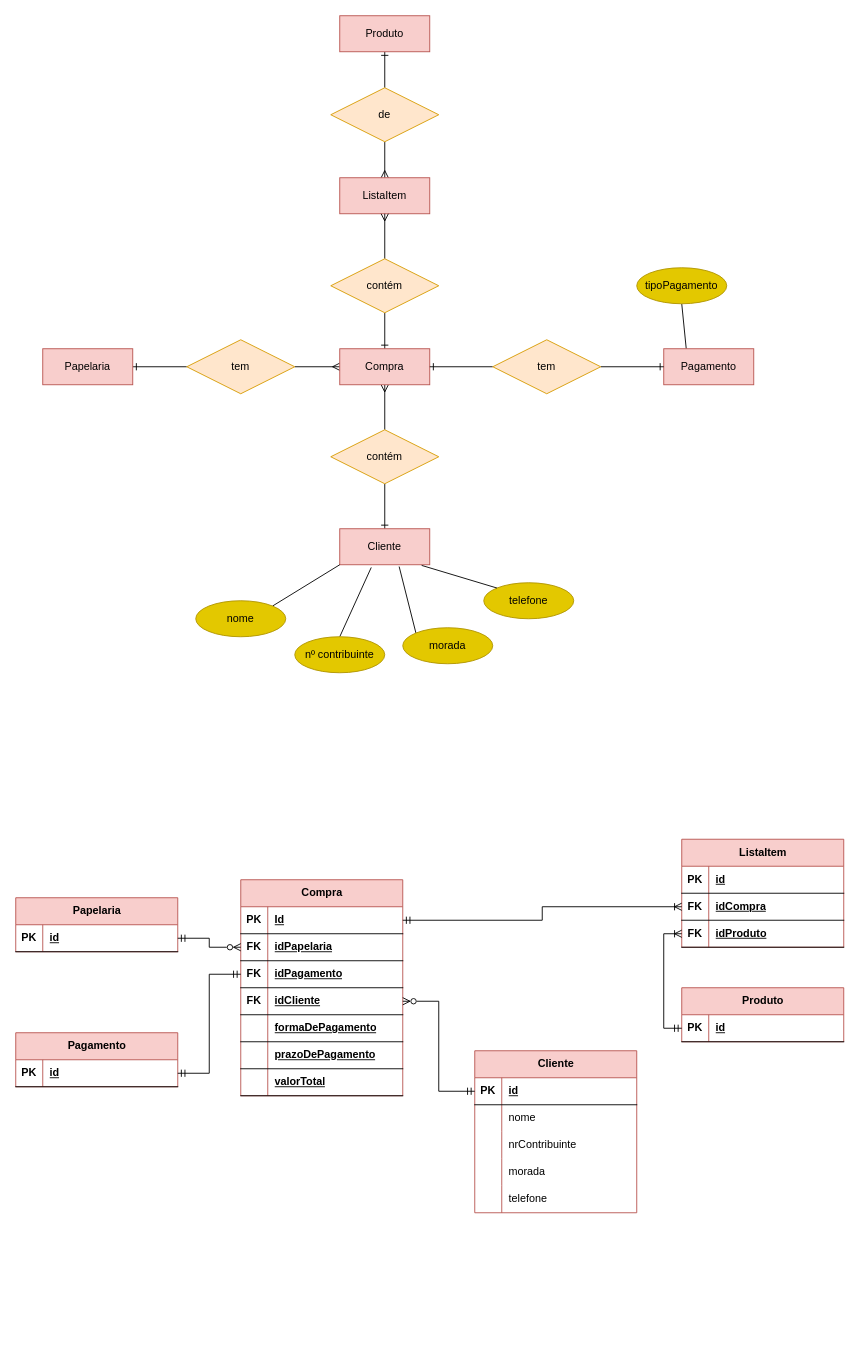
Above: page "Exerc.2" (2 of 5) of Base de dados/Exercicios/P02.drawio in JoaoNuno96/Web-and-Mobile-Developer---CESAE (draw.io), before the change. Source tidied: cells renumbered, new cells numbered last; positions are measured from the earlier drawing's top-left corner, leaving out a move shared by most shapes. Both pictures are drawn from the tidied source at 90%, with x=0, y=0 at pixel (15, 15).
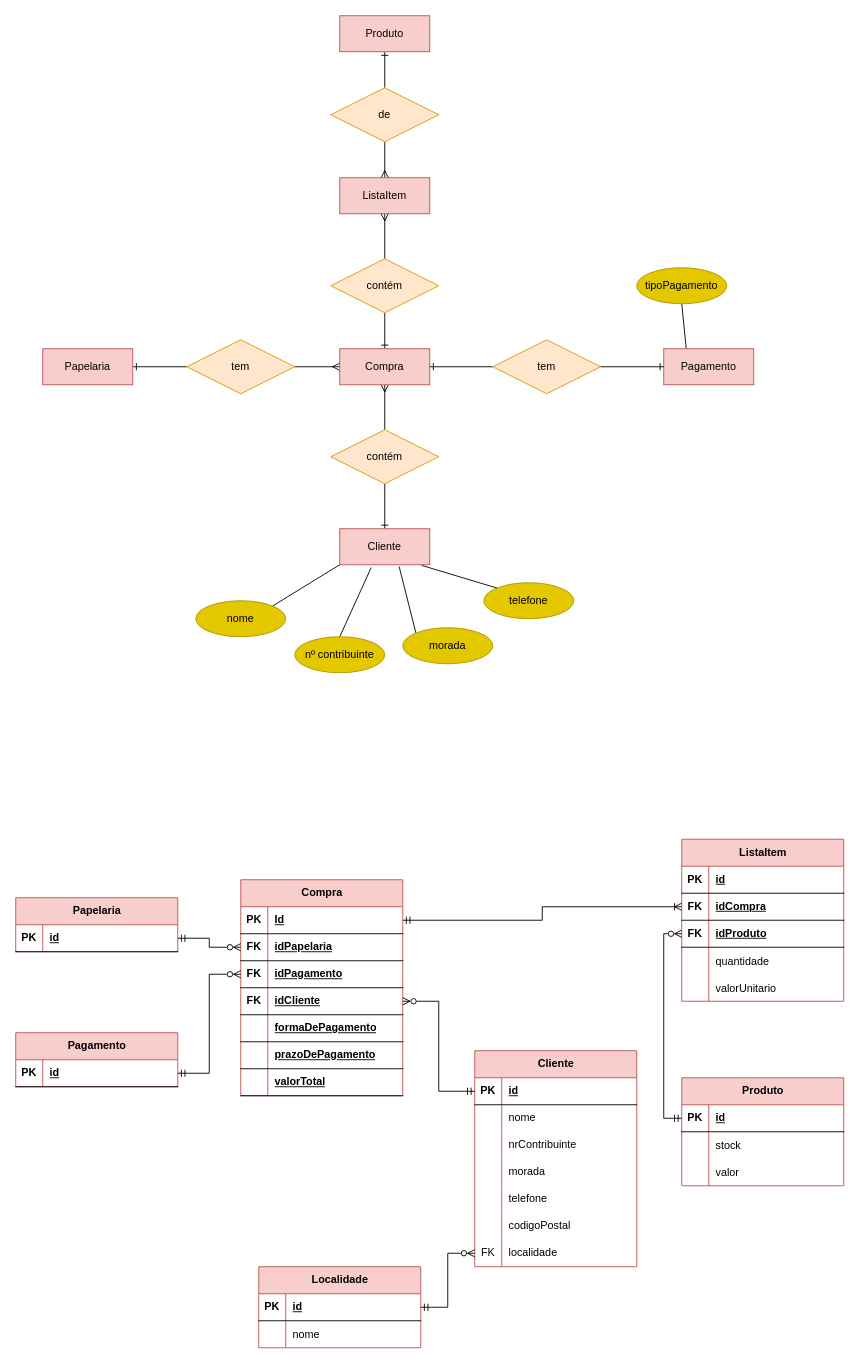
The same diagram, later.

Unchanged cells that the change refers to:
```xml
<mxCell id="44" style="shape=tableRow;horizontal=0;startSize=0;swimlaneHead=0;swimlaneBody=0;fillColor=none;points=[[0,0.5],[1,0.5]];portConstraint=eastwest;top=0;left=0;right=0;bottom=1;" parent="37" vertex="1">
  <mxGeometry y="90" width="180" height="30" as="geometry" />
</mxCell>
<mxCell id="66" style="shape=tableRow;horizontal=0;startSize=0;swimlaneHead=0;swimlaneBody=0;fillColor=none;points=[[0,0.5],[1,0.5]];portConstraint=eastwest;top=0;left=0;right=0;bottom=1;" parent="59" vertex="1">
  <mxGeometry y="90" width="180" height="30" as="geometry" />
</mxCell>
<mxCell id="70" style="shape=tableRow;horizontal=0;startSize=0;swimlaneHead=0;swimlaneBody=0;fillColor=none;points=[[0,0.5],[1,0.5]];portConstraint=eastwest;top=0;left=0;right=0;bottom=1;" parent="69" vertex="1">
  <mxGeometry y="30" width="180" height="30" as="geometry" />
</mxCell>
<mxCell id="90" style="shape=tableRow;horizontal=0;startSize=0;swimlaneHead=0;swimlaneBody=0;fillColor=none;points=[[0,0.5],[1,0.5]];portConstraint=eastwest;top=0;left=0;right=0;bottom=1;" parent="89" vertex="1">
  <mxGeometry y="30" width="180" height="30" as="geometry" />
</mxCell>
```

The edit, as a diff of the source:
```diff
@@
     <mxCell id="59" value="ListaItem" style="shape=table;startSize=30;childLayout=tableLayout;rowLines=0;fontStyle=1;align=center;html=1;fillColor=#f8cecc;strokeColor=#b85450;" parent="1" vertex="1">
-      <mxGeometry x="740" y="915" width="180" height="120" as="geometry" />
+      <mxGeometry x="740" y="915" width="180" height="180" as="geometry" />
     </mxCell>
@@
+    <mxCell id="98" style="shape=tableRow;horizontal=0;startSize=0;swimlaneHead=0;swimlaneBody=0;fillColor=none;top=0;left=0;right=0;bottom=0;" parent="59" vertex="1">
+      <mxGeometry y="120" width="180" height="30" as="geometry" />
+    </mxCell>
+    <mxCell id="99" style="shape=partialRectangle;fillColor=none;top=0;left=0;bottom=0;right=0;overflow=hidden;" parent="98" vertex="1">
+      <mxGeometry width="30" height="30" as="geometry" />
+    </mxCell>
+    <mxCell id="100" value="quantidade" style="shape=partialRectangle;fillColor=none;top=0;left=0;bottom=0;right=0;align=left;spacingLeft=6;overflow=hidden;" parent="98" vertex="1">
+      <mxGeometry x="30" width="150" height="30" as="geometry" />
+    </mxCell>
+    <mxCell id="101" style="shape=tableRow;horizontal=0;startSize=0;swimlaneHead=0;swimlaneBody=0;fillColor=none;top=0;left=0;right=0;bottom=0;" parent="59" vertex="1">
+      <mxGeometry y="150" width="180" height="30" as="geometry" />
+    </mxCell>
+    <mxCell id="102" style="shape=partialRectangle;fillColor=none;top=0;left=0;bottom=0;right=0;overflow=hidden;" parent="101" vertex="1">
+      <mxGeometry width="30" height="30" as="geometry" />
+    </mxCell>
+    <mxCell id="103" value="valorUnitario" style="shape=partialRectangle;fillColor=none;top=0;left=0;bottom=0;right=0;align=left;spacingLeft=6;overflow=hidden;" parent="101" vertex="1">
+      <mxGeometry x="30" width="150" height="30" as="geometry" />
+    </mxCell>
     <mxCell id="69" value="Produto" style="shape=table;startSize=30;childLayout=tableLayout;rowLines=0;fontStyle=1;align=center;html=1;fillColor=#f8cecc;strokeColor=#b85450;" parent="1" vertex="1">
-      <mxGeometry x="740" y="1080" width="180" height="60" as="geometry" />
+      <mxGeometry x="740" y="1180" width="180" height="120" as="geometry" />
     </mxCell>
@@
+    <mxCell id="104" style="shape=tableRow;horizontal=0;startSize=0;swimlaneHead=0;swimlaneBody=0;fillColor=none;top=0;left=0;right=0;bottom=0;" parent="69" vertex="1">
+      <mxGeometry y="60" width="180" height="30" as="geometry" />
+    </mxCell>
+    <mxCell id="105" style="shape=partialRectangle;fillColor=none;top=0;left=0;bottom=0;right=0;overflow=hidden;" parent="104" vertex="1">
+      <mxGeometry width="30" height="30" as="geometry" />
+    </mxCell>
+    <mxCell id="106" value="stock" style="shape=partialRectangle;fillColor=none;top=0;left=0;bottom=0;right=0;align=left;spacingLeft=6;overflow=hidden;" parent="104" vertex="1">
+      <mxGeometry x="30" width="150" height="30" as="geometry" />
+    </mxCell>
+    <mxCell id="107" style="shape=tableRow;horizontal=0;startSize=0;swimlaneHead=0;swimlaneBody=0;fillColor=none;top=0;left=0;right=0;bottom=0;" parent="69" vertex="1">
+      <mxGeometry y="90" width="180" height="30" as="geometry" />
+    </mxCell>
+    <mxCell id="108" style="shape=partialRectangle;fillColor=none;top=0;left=0;bottom=0;right=0;overflow=hidden;" parent="107" vertex="1">
+      <mxGeometry width="30" height="30" as="geometry" />
+    </mxCell>
+    <mxCell id="109" value="valor" style="shape=partialRectangle;fillColor=none;top=0;left=0;bottom=0;right=0;align=left;spacingLeft=6;overflow=hidden;" parent="107" vertex="1">
+      <mxGeometry x="30" width="150" height="30" as="geometry" />
+    </mxCell>
     <mxCell id="73" value="Cliente" style="shape=table;startSize=30;childLayout=tableLayout;rowLines=0;fontStyle=1;align=center;html=1;fillColor=#f8cecc;strokeColor=#b85450;" parent="1" vertex="1">
-      <mxGeometry x="510" y="1150" width="180" height="180" as="geometry" />
+      <mxGeometry x="510" y="1150" width="180" height="240" as="geometry" />
     </mxCell>
@@
+    <mxCell id="110" style="shape=tableRow;horizontal=0;startSize=0;swimlaneHead=0;swimlaneBody=0;fillColor=none;top=0;left=0;right=0;bottom=0;" parent="73" vertex="1">
+      <mxGeometry y="180" width="180" height="30" as="geometry" />
+    </mxCell>
+    <mxCell id="111" style="shape=partialRectangle;fillColor=none;top=0;left=0;bottom=0;right=0;overflow=hidden;whiteSpace=wrap;html=1;" parent="110" vertex="1">
+      <mxGeometry width="30" height="30" as="geometry" />
+    </mxCell>
+    <mxCell id="112" value="codigoPostal" style="shape=partialRectangle;fillColor=none;top=0;left=0;bottom=0;right=0;align=left;spacingLeft=6;overflow=hidden;whiteSpace=wrap;html=1;" parent="110" vertex="1">
+      <mxGeometry x="30" width="150" height="30" as="geometry" />
+    </mxCell>
+    <mxCell id="113" style="shape=tableRow;horizontal=0;startSize=0;swimlaneHead=0;swimlaneBody=0;fillColor=none;points=[[0,0.5],[1,0.5]];portConstraint=eastwest;top=0;left=0;right=0;bottom=0;" parent="73" vertex="1">
+      <mxGeometry y="210" width="180" height="30" as="geometry" />
+    </mxCell>
+    <mxCell id="114" value="&lt;div&gt;FK&lt;/div&gt;" style="shape=partialRectangle;fillColor=none;top=0;left=0;bottom=0;right=0;overflow=hidden;whiteSpace=wrap;html=1;" parent="113" vertex="1">
+      <mxGeometry width="30" height="30" as="geometry" />
+    </mxCell>
+    <mxCell id="115" value="localidade" style="shape=partialRectangle;fillColor=none;top=0;left=0;bottom=0;right=0;align=left;spacingLeft=6;overflow=hidden;whiteSpace=wrap;html=1;" parent="113" vertex="1">
+      <mxGeometry x="30" width="150" height="30" as="geometry" />
+    </mxCell>
@@
-    <mxCell id="94" style="edgeStyle=orthogonalEdgeStyle;rounded=0;jettySize=auto;html=1;exitX=1;exitY=0.5;exitDx=0;exitDy=0;entryX=0;entryY=0.5;entryDx=0;entryDy=0;endArrow=ERmandOne;endFill=0;startArrow=ERmandOne;startFill=0;" parent="1" edge="1" source="90" target="44">
+    <mxCell id="94" style="edgeStyle=orthogonalEdgeStyle;rounded=0;jettySize=auto;html=1;exitX=1;exitY=0.5;exitDx=0;exitDy=0;entryX=0;entryY=0.5;entryDx=0;entryDy=0;endArrow=ERzeroToMany;endFill=0;startArrow=ERmandOne;startFill=0;" parent="1" edge="1" source="90" target="44">
       <mxGeometry relative="1" as="geometry">
         <Array as="points">
           <mxPoint x="215" y="1175" />
           <mxPoint x="215" y="1065" />
         </Array>
       </mxGeometry>
     </mxCell>
@@
-    <mxCell id="96" style="edgeStyle=orthogonalEdgeStyle;rounded=0;jettySize=auto;html=1;exitX=0;exitY=0.5;exitDx=0;exitDy=0;entryX=0;entryY=0.5;entryDx=0;entryDy=0;startArrow=ERoneToMany;startFill=0;endArrow=ERmandOne;endFill=0;" parent="1" edge="1" source="66" target="70">
+    <mxCell id="96" style="edgeStyle=orthogonalEdgeStyle;rounded=0;jettySize=auto;html=1;exitX=0;exitY=0.5;exitDx=0;exitDy=0;entryX=0;entryY=0.5;entryDx=0;entryDy=0;startArrow=ERzeroToMany;startFill=0;endArrow=ERmandOne;endFill=0;" parent="1" edge="1" source="66" target="70">
       <mxGeometry relative="1" as="geometry" />
     </mxCell>
@@
+    <mxCell id="116" value="Localidade" style="shape=table;startSize=30;childLayout=tableLayout;rowLines=0;fontStyle=1;align=center;html=1;fillColor=#f8cecc;strokeColor=#b85450;" parent="1" vertex="1">
+      <mxGeometry x="270" y="1390" width="180" height="90" as="geometry" />
+    </mxCell>
+    <mxCell id="117" style="shape=tableRow;horizontal=0;startSize=0;swimlaneHead=0;swimlaneBody=0;fillColor=none;points=[[0,0.5],[1,0.5]];portConstraint=eastwest;top=0;left=0;right=0;bottom=1;" parent="116" vertex="1">
+      <mxGeometry y="30" width="180" height="30" as="geometry" />
+    </mxCell>
+    <mxCell id="118" value="PK" style="shape=partialRectangle;fillColor=none;top=0;left=0;bottom=0;right=0;fontStyle=1;overflow=hidden;whiteSpace=wrap;html=1;" parent="117" vertex="1">
+      <mxGeometry width="30" height="30" as="geometry" />
+    </mxCell>
+    <mxCell id="119" value="id" style="shape=partialRectangle;fillColor=none;top=0;left=0;bottom=0;right=0;align=left;spacingLeft=6;fontStyle=5;overflow=hidden;whiteSpace=wrap;html=1;" parent="117" vertex="1">
+      <mxGeometry x="30" width="150" height="30" as="geometry" />
+    </mxCell>
+    <mxCell id="120" style="shape=tableRow;horizontal=0;startSize=0;swimlaneHead=0;swimlaneBody=0;fillColor=none;top=0;left=0;right=0;bottom=0;" parent="116" vertex="1">
+      <mxGeometry y="60" width="180" height="30" as="geometry" />
+    </mxCell>
+    <mxCell id="121" style="shape=partialRectangle;fillColor=none;top=0;left=0;bottom=0;right=0;overflow=hidden;" parent="120" vertex="1">
+      <mxGeometry width="30" height="30" as="geometry" />
+    </mxCell>
+    <mxCell id="122" value="nome" style="shape=partialRectangle;fillColor=none;top=0;left=0;bottom=0;right=0;align=left;spacingLeft=6;overflow=hidden;" parent="120" vertex="1">
+      <mxGeometry x="30" width="150" height="30" as="geometry" />
+    </mxCell>
+    <mxCell id="123" style="edgeStyle=orthogonalEdgeStyle;rounded=0;jettySize=auto;html=1;exitX=0;exitY=0.5;exitDx=0;exitDy=0;entryX=1;entryY=0.5;entryDx=0;entryDy=0;endArrow=ERmandOne;endFill=0;startArrow=ERzeroToMany;startFill=0;" parent="1" edge="1" source="113" target="117">
+      <mxGeometry relative="1" as="geometry" />
+    </mxCell>
```
